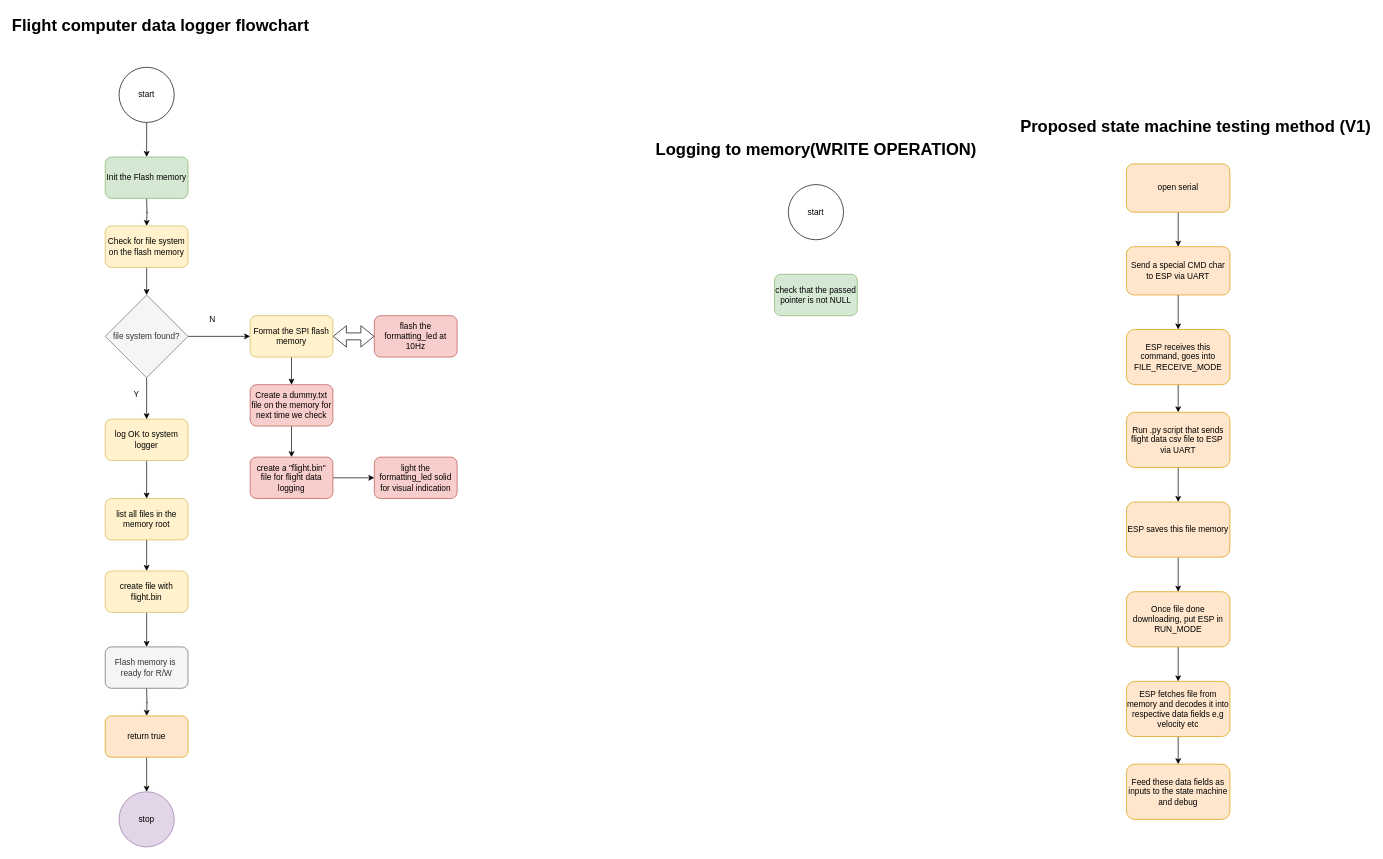
The draw.io diagram flight-software/FlightSoftware-N4-main/conceptual-design/onboard-logger-flowchart.drawio in nakujaproject/N4-Recovery, before the edit. Source tidied: cells renumbered, new cells numbered last; positions are measured from the earlier drawing's top-left corner, leaving out a move shared by most shapes. Both pictures are drawn from the tidied source at 69%, with x=0, y=0 at pixel (105, 12).
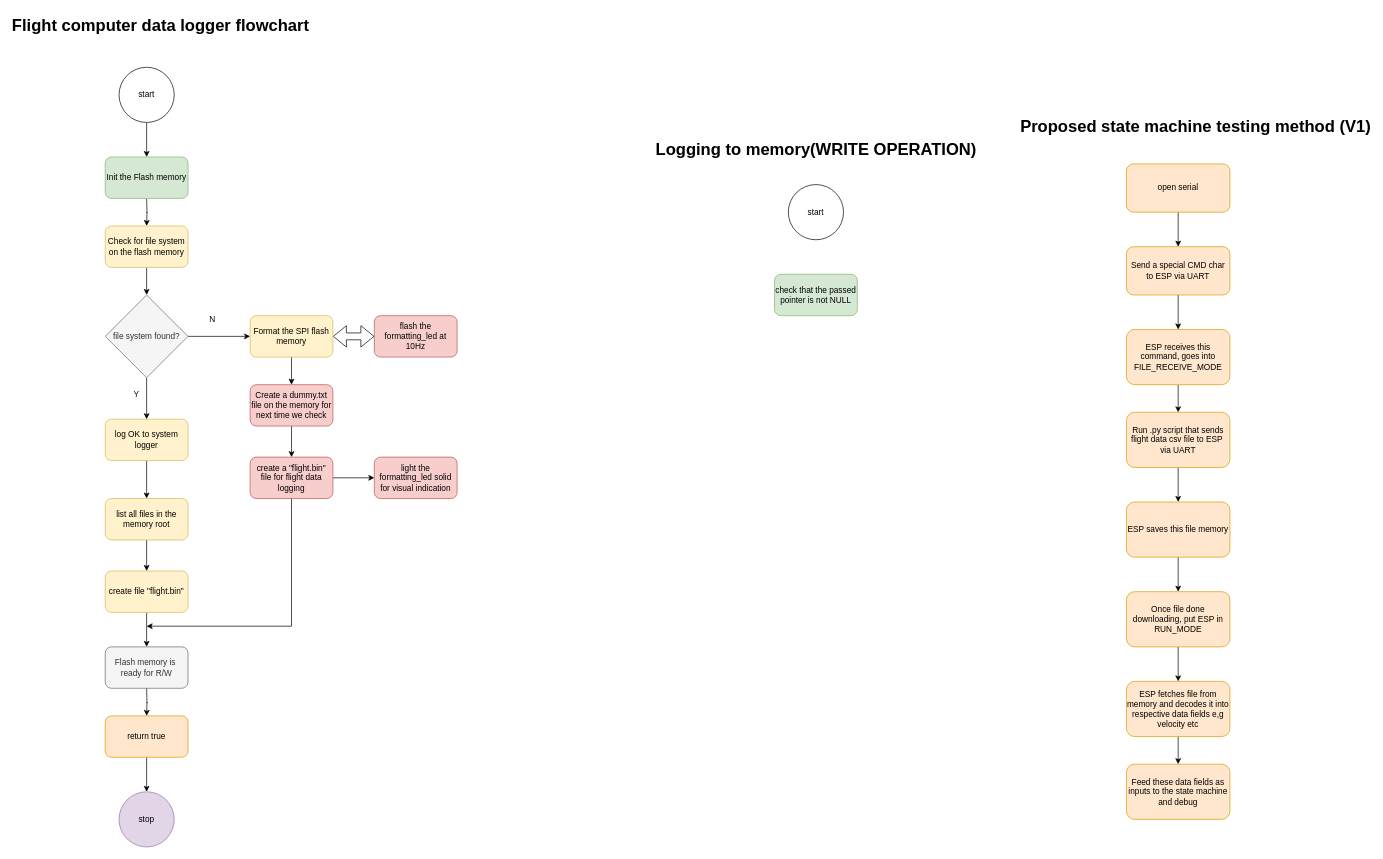
The same page after the edit.

Commit message (it also covers changes not shown here):
adds logger flowchart

The change refers to these unchanged cells:
```xml
<mxCell id="47" value="create a &quot;flight.bin&quot; file for flight data logging" style="rounded=1;whiteSpace=wrap;html=1;fillColor=#f8cecc;strokeColor=#b85450;" parent="1" vertex="1">
  <mxGeometry x="210" y="645" width="120" height="60" as="geometry" />
</mxCell>
```

Diff of the diagram source:
```diff
@@
-    <mxCell id="7" value="create file with flight.bin" style="rounded=1;whiteSpace=wrap;html=1;fillColor=#fff2cc;strokeColor=#d6b656;" parent="1" vertex="1">
+    <mxCell id="7" value="create file &quot;flight.bin&quot;" style="rounded=1;whiteSpace=wrap;html=1;fillColor=#fff2cc;strokeColor=#d6b656;" parent="1" vertex="1">
       <mxGeometry y="810" width="120" height="60" as="geometry" />
     </mxCell>
@@
+    <mxCell id="53" style="edgeStyle=orthogonalEdgeStyle;rounded=0;jettySize=auto;html=1;" parent="1" edge="1" source="47">
+      <mxGeometry relative="1" as="geometry">
+        <mxPoint x="60" y="890" as="targetPoint" />
+        <Array as="points">
+          <mxPoint x="270" y="890" />
+        </Array>
+      </mxGeometry>
+    </mxCell>
```
